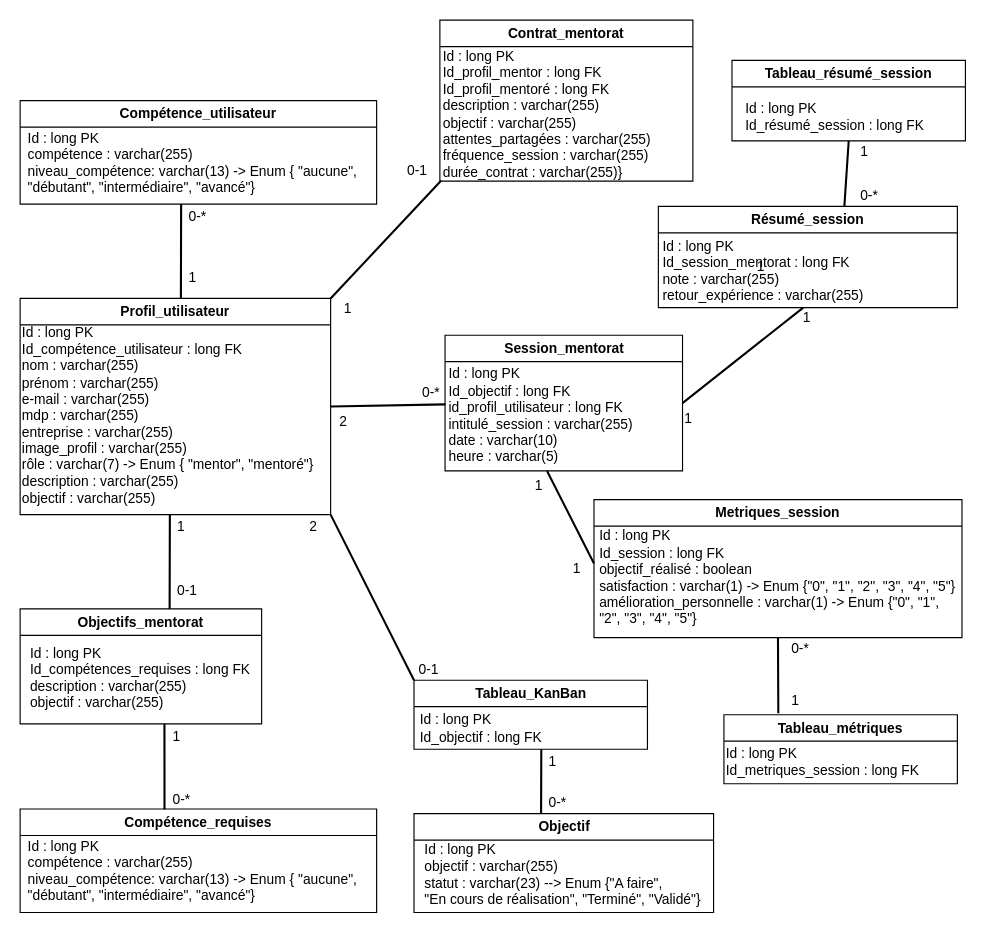
Earlier version of the draw.io diagram Modèle de domaine/Untitled Diagram.drawio (qbeAccountPro/beraud-quentin-projet-3). Source tidied: cells renumbered, new cells numbered last; positions are measured from the earlier drawing's top-left corner, leaving out a move shared by most shapes. Both pictures are drawn from the tidied source at 115%, with x=0, y=0 at pixel (20, 20).
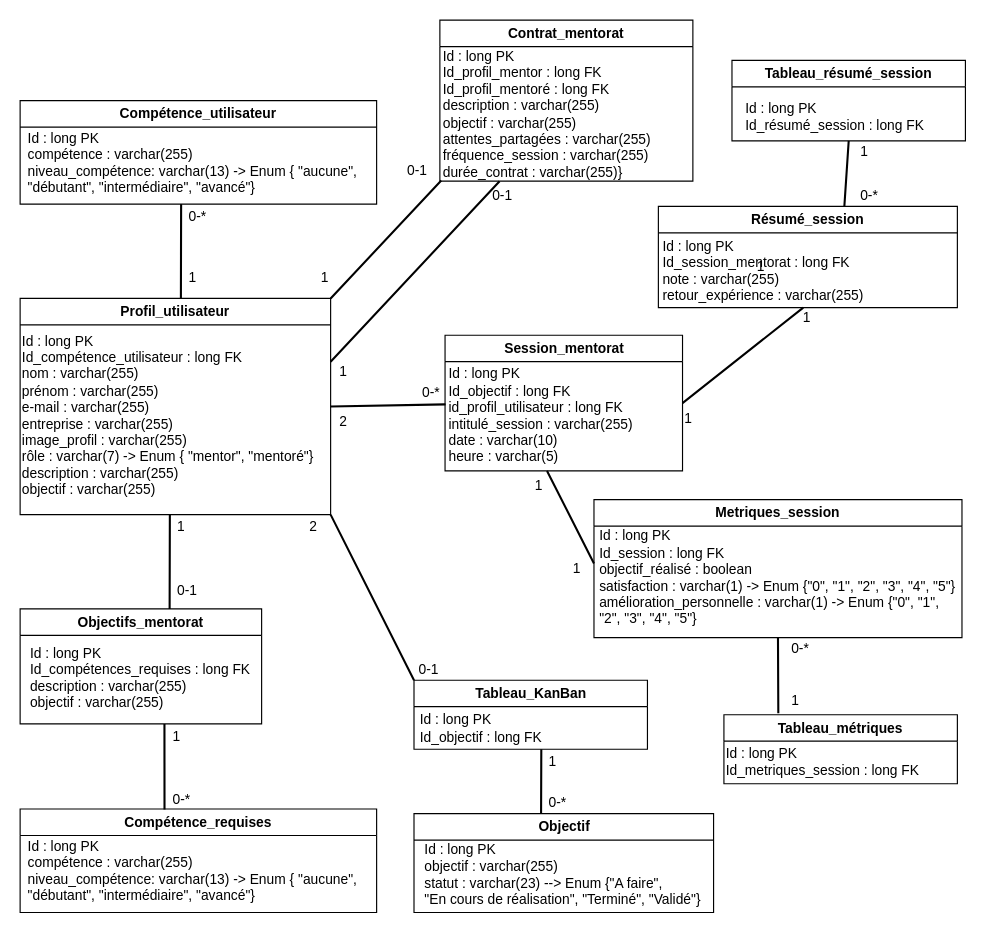
The same diagram, later.

Commit message:
Mettre à jour Untitled Diagram.drawio

Unchanged cells that the change refers to:
```xml
<mxCell id="3" value="Profil_utilisateur" style="swimlane;whiteSpace=wrap;html=1;" parent="1" vertex="1">
  <mxGeometry y="242" width="270" height="188" as="geometry" />
</mxCell>
```

What changed in the source:
```diff
@@
-    <mxCell id="4" value="Id : long PK&lt;br&gt;Id_compétence_utilisateur : long FK&lt;br&gt;nom : varchar(255)&lt;br&gt;prénom : varchar(255)&lt;br&gt;e-mail : varchar(255)&lt;br&gt;mdp : varchar(255)&lt;br&gt;entreprise : varchar(255)&lt;br&gt;image_profil : varchar(255)&lt;br&gt;rôle : varchar(7) -&amp;gt; Enum { &quot;mentor&quot;, &quot;mentoré&quot;}&lt;br&gt;description : varchar(255)&lt;br&gt;objectif : varchar(255)" style="text;html=1;strokeColor=none;fillColor=none;align=left;verticalAlign=middle;whiteSpace=wrap;rounded=1;fontStyle=0;" parent="3" vertex="1">
+    <mxCell id="4" value="Id : long PK&lt;br&gt;Id_compétence_utilisateur : long FK&lt;br&gt;nom : varchar(255)&lt;br&gt;prénom : varchar(255)&lt;br&gt;e-mail : varchar(255)&lt;br&gt;entreprise : varchar(255)&lt;br&gt;image_profil : varchar(255)&lt;br&gt;rôle : varchar(7) -&amp;gt; Enum { &quot;mentor&quot;, &quot;mentoré&quot;}&lt;br&gt;description : varchar(255)&lt;br&gt;objectif : varchar(255)" style="text;html=1;strokeColor=none;fillColor=none;align=left;verticalAlign=middle;whiteSpace=wrap;rounded=1;fontStyle=0;" parent="3" vertex="1">
       <mxGeometry y="24" width="260" height="155" as="geometry" />
     </mxCell>
@@
     <mxCell id="35" value="1" style="text;html=1;strokeColor=none;fillColor=none;align=left;verticalAlign=middle;whiteSpace=wrap;rounded=1;fontStyle=0;" parent="1" vertex="1">
-      <mxGeometry x="280" y="242" width="20" height="18" as="geometry" />
+      <mxGeometry x="260" y="215" width="20" height="18" as="geometry" />
     </mxCell>
@@
+    <mxCell id="60" style="edgeStyle=none;shape=link;rounded=0;jettySize=auto;html=1;width=-0.8108108108108105;entryX=0.264;entryY=-0.213;entryDx=0;entryDy=0;exitX=1;exitY=0;exitDx=0;exitDy=0;entryPerimeter=0;" parent="1" edge="1" target="62">
+      <mxGeometry relative="1" as="geometry">
+        <mxPoint x="270" y="297" as="sourcePoint" />
+      </mxGeometry>
+    </mxCell>
+    <mxCell id="61" value="1" style="text;html=1;strokeColor=none;fillColor=none;align=left;verticalAlign=middle;whiteSpace=wrap;rounded=1;fontStyle=0;" parent="1" vertex="1">
+      <mxGeometry x="276" y="297" width="20" height="18" as="geometry" />
+    </mxCell>
+    <mxCell id="62" value="0-1" style="text;html=1;strokeColor=none;fillColor=none;align=left;verticalAlign=middle;whiteSpace=wrap;rounded=1;fontStyle=0;" parent="1" vertex="1">
+      <mxGeometry x="409" y="144" width="30" height="18" as="geometry" />
+    </mxCell>
```
